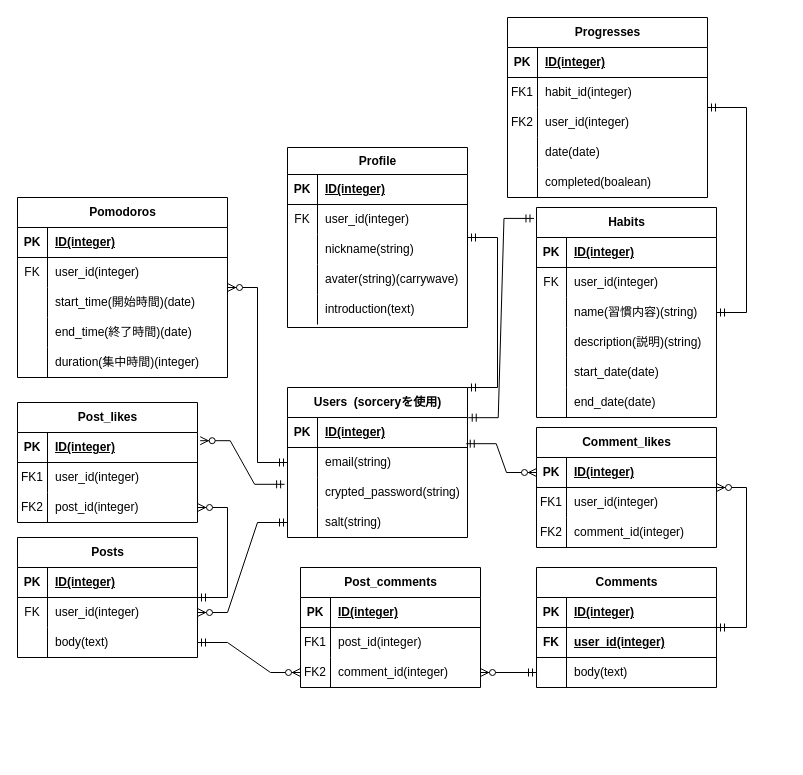
Earlier version of the draw.io diagram syukan_maiter.drawio (2bs2bs/syukan_meter). Source tidied: cells renumbered, new cells numbered last; positions are measured from the earlier drawing's top-left corner, leaving out a move shared by most shapes. Both pictures are drawn from the tidied source at 100%, with x=0, y=0 at pixel (7, 17).
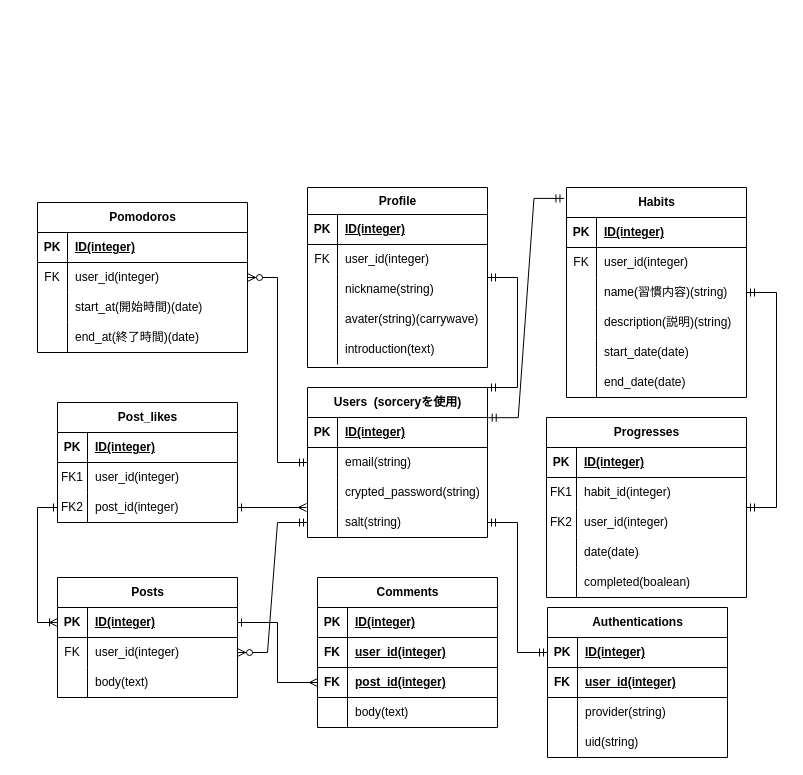
Above is the later version.

Commit message:
syukan_maiter.drawio を更新します

The change refers to these unchanged cells:
```xml
<mxCell id="3" style="shape=tableRow;horizontal=0;startSize=0;swimlaneHead=0;swimlaneBody=0;fillColor=none;points=[[0,0.5],[1,0.5]];portConstraint=eastwest;top=0;left=0;right=0;bottom=1;" parent="2" vertex="1">
  <mxGeometry y="30" width="180" height="30" as="geometry" />
</mxCell>
<mxCell id="9" style="shape=tableRow;horizontal=0;startSize=0;swimlaneHead=0;swimlaneBody=0;fillColor=none;points=[[0,0.5],[1,0.5]];portConstraint=eastwest;top=0;left=0;right=0;bottom=0;" parent="2" vertex="1">
  <mxGeometry y="90" width="180" height="30" as="geometry" />
</mxCell>
<mxCell id="12" style="shape=tableRow;horizontal=0;startSize=0;swimlaneHead=0;swimlaneBody=0;fillColor=none;points=[[0,0.5],[1,0.5]];portConstraint=eastwest;top=0;left=0;right=0;bottom=0;" parent="2" vertex="1">
  <mxGeometry y="120" width="180" height="30" as="geometry" />
</mxCell>
<mxCell id="45" style="shape=tableRow;horizontal=0;startSize=0;swimlaneHead=0;swimlaneBody=0;fillColor=none;points=[[0,0.5],[1,0.5]];portConstraint=eastwest;top=0;left=0;right=0;bottom=1;" parent="44" vertex="1">
  <mxGeometry y="30" width="180" height="30" as="geometry" />
</mxCell>
<mxCell id="48" style="shape=tableRow;horizontal=0;startSize=0;swimlaneHead=0;swimlaneBody=0;fillColor=none;points=[[0,0.5],[1,0.5]];portConstraint=eastwest;top=0;left=0;right=0;bottom=0;" parent="44" vertex="1">
  <mxGeometry y="60" width="180" height="30" as="geometry" />
</mxCell>
<mxCell id="51" style="shape=tableRow;horizontal=0;startSize=0;swimlaneHead=0;swimlaneBody=0;fillColor=none;points=[[0,0.5],[1,0.5]];portConstraint=eastwest;top=0;left=0;right=0;bottom=0;" parent="44" vertex="1">
  <mxGeometry y="90" width="180" height="30" as="geometry" />
</mxCell>
<mxCell id="65" style="shape=tableRow;horizontal=0;startSize=0;swimlaneHead=0;swimlaneBody=0;fillColor=none;points=[[0,0.5],[1,0.5]];portConstraint=eastwest;top=0;left=0;right=0;bottom=1;" parent="64" vertex="1">
  <mxGeometry y="30" width="180" height="30" as="geometry" />
</mxCell>
<mxCell id="71" style="shape=tableRow;horizontal=0;startSize=0;swimlaneHead=0;swimlaneBody=0;fillColor=none;points=[[0,0.5],[1,0.5]];portConstraint=eastwest;top=0;left=0;right=0;bottom=0;" parent="64" vertex="1">
  <mxGeometry y="90" width="180" height="30" as="geometry" />
</mxCell>
<mxCell id="81" style="shape=tableRow;horizontal=0;startSize=0;swimlaneHead=0;swimlaneBody=0;fillColor=none;top=0;left=0;right=0;bottom=0;" parent="74" vertex="1">
  <mxGeometry y="90" width="210" height="30" as="geometry" />
</mxCell>
<mxCell id="84" style="shape=tableRow;horizontal=0;startSize=0;swimlaneHead=0;swimlaneBody=0;fillColor=none;top=0;left=0;right=0;bottom=0;" parent="74" vertex="1">
  <mxGeometry y="120" width="210" height="30" as="geometry" />
</mxCell>
```

Diff of the diagram source:
```diff
@@
     <mxCell id="2" value="Users&amp;nbsp; (sorceryを使用)" style="shape=table;startSize=30;childLayout=tableLayout;rowLines=0;fontStyle=1;align=center;html=1;" parent="1" vertex="1">
-      <mxGeometry x="280" y="370" width="180" height="150" as="geometry" />
+      <mxGeometry x="300" y="370" width="180" height="150" as="geometry" />
     </mxCell>
@@
     <mxCell id="15" value="Habits" style="shape=table;startSize=30;childLayout=tableLayout;rowLines=0;fontStyle=1;align=center;html=1;" parent="1" vertex="1">
-      <mxGeometry x="529" y="190" width="180" height="210" as="geometry" />
+      <mxGeometry x="559" y="170" width="180" height="210" as="geometry" />
     </mxCell>
@@
     <mxCell id="34" value="Comments" style="shape=table;startSize=30;childLayout=tableLayout;rowLines=0;fontStyle=1;align=center;html=1;" parent="1" vertex="1">
-      <mxGeometry x="529" y="550" width="180" height="120" as="geometry" />
+      <mxGeometry x="310" y="560" width="180" height="150" as="geometry" />
     </mxCell>
@@
+    <mxCell id="143" style="shape=tableRow;horizontal=0;startSize=0;swimlaneHead=0;swimlaneBody=0;fillColor=none;points=[[0,0.5],[1,0.5]];portConstraint=eastwest;top=0;left=0;right=0;bottom=1;" parent="34" vertex="1">
+      <mxGeometry y="90" width="180" height="30" as="geometry" />
+    </mxCell>
+    <mxCell id="144" value="FK" style="shape=partialRectangle;fillColor=none;top=0;left=0;bottom=0;right=0;fontStyle=1;overflow=hidden;whiteSpace=wrap;html=1;" parent="143" vertex="1">
+      <mxGeometry width="30" height="30" as="geometry" />
+    </mxCell>
+    <mxCell id="60" value="post_id(integer)" style="shape=partialRectangle;fillColor=none;top=0;left=0;bottom=0;right=0;align=left;spacingLeft=6;fontStyle=5;overflow=hidden;whiteSpace=wrap;html=1;" parent="143" vertex="1">
+      <mxGeometry x="30" width="150" height="30" as="geometry" />
+    </mxCell>
     <mxCell id="41" style="shape=tableRow;horizontal=0;startSize=0;swimlaneHead=0;swimlaneBody=0;fillColor=none;points=[[0,0.5],[1,0.5]];portConstraint=eastwest;top=0;left=0;right=0;bottom=0;" parent="34" vertex="1">
-      <mxGeometry y="90" width="180" height="30" as="geometry" />
+      <mxGeometry y="120" width="180" height="30" as="geometry" />
     </mxCell>
@@
     <mxCell id="44" value="Posts" style="shape=table;startSize=30;childLayout=tableLayout;rowLines=0;fontStyle=1;align=center;html=1;" parent="1" vertex="1">
-      <mxGeometry x="10" y="520" width="180" height="120" as="geometry" />
+      <mxGeometry x="50" y="560" width="180" height="120" as="geometry" />
     </mxCell>
@@
-    <mxCell id="54" value="Post_comments" style="shape=table;startSize=30;childLayout=tableLayout;rowLines=0;fontStyle=1;align=center;html=1;" parent="1" vertex="1">
-      <mxGeometry x="293" y="550" width="180" height="120" as="geometry" />
-    </mxCell>
-    <mxCell id="55" style="shape=tableRow;horizontal=0;startSize=0;swimlaneHead=0;swimlaneBody=0;fillColor=none;top=0;left=0;right=0;bottom=1;" parent="54" vertex="1">
-      <mxGeometry y="30" width="180" height="30" as="geometry" />
-    </mxCell>
-    <mxCell id="56" value="PK" style="shape=partialRectangle;fillColor=none;top=0;left=0;bottom=0;right=0;fontStyle=1;overflow=hidden;whiteSpace=wrap;html=1;" parent="55" vertex="1">
-      <mxGeometry width="30" height="30" as="geometry" />
-    </mxCell>
-    <mxCell id="57" value="ID(integer)" style="shape=partialRectangle;fillColor=none;top=0;left=0;bottom=0;right=0;align=left;spacingLeft=6;fontStyle=5;overflow=hidden;whiteSpace=wrap;html=1;" parent="55" vertex="1">
-      <mxGeometry x="30" width="150" height="30" as="geometry" />
-    </mxCell>
-    <mxCell id="58" style="shape=tableRow;horizontal=0;startSize=0;swimlaneHead=0;swimlaneBody=0;fillColor=none;top=0;left=0;right=0;bottom=0;" parent="54" vertex="1">
-      <mxGeometry y="60" width="180" height="30" as="geometry" />
-    </mxCell>
-    <mxCell id="59" value="FK1" style="shape=partialRectangle;fillColor=none;top=0;left=0;bottom=0;right=0;overflow=hidden;whiteSpace=wrap;html=1;" parent="58" vertex="1">
-      <mxGeometry width="30" height="30" as="geometry" />
-    </mxCell>
-    <mxCell id="60" value="post_id(integer)" style="shape=partialRectangle;fillColor=none;top=0;left=0;bottom=0;right=0;align=left;spacingLeft=6;overflow=hidden;whiteSpace=wrap;html=1;" parent="58" vertex="1">
-      <mxGeometry x="30" width="150" height="30" as="geometry" />
-    </mxCell>
-    <mxCell id="61" style="shape=tableRow;horizontal=0;startSize=0;swimlaneHead=0;swimlaneBody=0;fillColor=none;points=[[0,0.5],[1,0.5]];portConstraint=eastwest;top=0;left=0;right=0;bottom=0;" parent="54" vertex="1">
-      <mxGeometry y="90" width="180" height="30" as="geometry" />
-    </mxCell>
-    <mxCell id="62" value="FK2" style="shape=partialRectangle;fillColor=none;top=0;left=0;bottom=0;right=0;overflow=hidden;whiteSpace=wrap;html=1;" parent="61" vertex="1">
-      <mxGeometry width="30" height="30" as="geometry" />
-    </mxCell>
-    <mxCell id="63" value="comment_id(integer)" style="shape=partialRectangle;fillColor=none;top=0;left=0;bottom=0;right=0;align=left;spacingLeft=6;overflow=hidden;whiteSpace=wrap;html=1;" parent="61" vertex="1">
-      <mxGeometry x="30" width="150" height="30" as="geometry" />
-    </mxCell>
     <mxCell id="64" value="Post_likes" style="shape=table;startSize=30;childLayout=tableLayout;rowLines=0;fontStyle=1;align=center;html=1;" parent="1" vertex="1">
-      <mxGeometry x="10" y="385" width="180" height="120" as="geometry" />
+      <mxGeometry x="50" y="385" width="180" height="120" as="geometry" />
     </mxCell>
@@
     <mxCell id="74" value="Pomodoros" style="shape=table;startSize=30;childLayout=tableLayout;rowLines=0;fontStyle=1;align=center;html=1;" parent="1" vertex="1">
-      <mxGeometry x="10" y="180" width="210" height="180" as="geometry" />
+      <mxGeometry x="30" y="185" width="210" height="150" as="geometry" />
     </mxCell>
@@
-    <mxCell id="83" value="start_time(開始時間)(date)" style="shape=partialRectangle;fillColor=none;top=0;left=0;bottom=0;right=0;align=left;spacingLeft=6;overflow=hidden;whiteSpace=wrap;html=1;" parent="81" vertex="1">
+    <mxCell id="83" value="start_at(開始時間)(date)" style="shape=partialRectangle;fillColor=none;top=0;left=0;bottom=0;right=0;align=left;spacingLeft=6;overflow=hidden;whiteSpace=wrap;html=1;" parent="81" vertex="1">
       <mxGeometry x="30" width="180" height="30" as="geometry" />
     </mxCell>
@@
-    <mxCell id="86" value="end_time(終了時間)(date)" style="shape=partialRectangle;fillColor=none;top=0;left=0;bottom=0;right=0;align=left;spacingLeft=6;overflow=hidden;whiteSpace=wrap;html=1;" parent="84" vertex="1">
+    <mxCell id="86" value="end_at(終了時間)(date)" style="shape=partialRectangle;fillColor=none;top=0;left=0;bottom=0;right=0;align=left;spacingLeft=6;overflow=hidden;whiteSpace=wrap;html=1;" parent="84" vertex="1">
       <mxGeometry x="30" width="180" height="30" as="geometry" />
     </mxCell>
-    <mxCell id="87" style="shape=tableRow;horizontal=0;startSize=0;swimlaneHead=0;swimlaneBody=0;fillColor=none;top=0;left=0;right=0;bottom=0;" parent="74" vertex="1">
-      <mxGeometry y="150" width="210" height="30" as="geometry" />
-    </mxCell>
-    <mxCell id="88" style="shape=partialRectangle;fillColor=none;top=0;left=0;bottom=0;right=0;overflow=hidden;whiteSpace=wrap;html=1;" parent="87" vertex="1">
-      <mxGeometry width="30" height="30" as="geometry" />
-    </mxCell>
-    <mxCell id="89" value="duration(集中時間)(integer)" style="shape=partialRectangle;fillColor=none;top=0;left=0;bottom=0;right=0;align=left;spacingLeft=6;overflow=hidden;whiteSpace=wrap;html=1;" parent="87" vertex="1">
-      <mxGeometry x="30" width="180" height="30" as="geometry" />
-    </mxCell>
-    <mxCell id="90" value="Comment_likes" style="shape=table;startSize=30;childLayout=tableLayout;rowLines=0;fontStyle=1;align=center;html=1;" parent="1" vertex="1">
-      <mxGeometry x="529" y="410" width="180" height="120" as="geometry" />
-    </mxCell>
-    <mxCell id="91" style="shape=tableRow;horizontal=0;startSize=0;swimlaneHead=0;swimlaneBody=0;fillColor=none;points=[[0,0.5],[1,0.5]];portConstraint=eastwest;top=0;left=0;right=0;bottom=1;" parent="90" vertex="1">
-      <mxGeometry y="30" width="180" height="30" as="geometry" />
-    </mxCell>
-    <mxCell id="92" value="PK" style="shape=partialRectangle;fillColor=none;top=0;left=0;bottom=0;right=0;fontStyle=1;overflow=hidden;whiteSpace=wrap;html=1;" parent="91" vertex="1">
-      <mxGeometry width="30" height="30" as="geometry" />
-    </mxCell>
-    <mxCell id="93" value="ID(integer)" style="shape=partialRectangle;fillColor=none;top=0;left=0;bottom=0;right=0;align=left;spacingLeft=6;fontStyle=5;overflow=hidden;whiteSpace=wrap;html=1;" parent="91" vertex="1">
-      <mxGeometry x="30" width="150" height="30" as="geometry" />
-    </mxCell>
-    <mxCell id="94" style="shape=tableRow;horizontal=0;startSize=0;swimlaneHead=0;swimlaneBody=0;fillColor=none;top=0;left=0;right=0;bottom=0;" parent="90" vertex="1">
-      <mxGeometry y="60" width="180" height="30" as="geometry" />
-    </mxCell>
-    <mxCell id="95" value="FK1" style="shape=partialRectangle;fillColor=none;top=0;left=0;bottom=0;right=0;overflow=hidden;whiteSpace=wrap;html=1;" parent="94" vertex="1">
-      <mxGeometry width="30" height="30" as="geometry" />
-    </mxCell>
-    <mxCell id="96" value="user_id(integer)" style="shape=partialRectangle;fillColor=none;top=0;left=0;bottom=0;right=0;align=left;spacingLeft=6;overflow=hidden;whiteSpace=wrap;html=1;" parent="94" vertex="1">
-      <mxGeometry x="30" width="150" height="30" as="geometry" />
-    </mxCell>
-    <mxCell id="97" style="shape=tableRow;horizontal=0;startSize=0;swimlaneHead=0;swimlaneBody=0;fillColor=none;top=0;left=0;right=0;bottom=0;" parent="90" vertex="1">
-      <mxGeometry y="90" width="180" height="30" as="geometry" />
-    </mxCell>
-    <mxCell id="98" value="FK2" style="shape=partialRectangle;fillColor=none;top=0;left=0;bottom=0;right=0;overflow=hidden;whiteSpace=wrap;html=1;" parent="97" vertex="1">
-      <mxGeometry width="30" height="30" as="geometry" />
-    </mxCell>
-    <mxCell id="99" value="comment_id(integer)" style="shape=partialRectangle;fillColor=none;top=0;left=0;bottom=0;right=0;align=left;spacingLeft=6;overflow=hidden;whiteSpace=wrap;html=1;" parent="97" vertex="1">
-      <mxGeometry x="30" width="150" height="30" as="geometry" />
-    </mxCell>
-    <mxCell id="100" style="edgeStyle=entityRelationEdgeStyle;fontSize=12;html=1;endArrow=ERzeroToMany;startArrow=ERmandOne;rounded=0;entryX=1.015;entryY=0.273;entryDx=0;entryDy=0;exitX=-0.016;exitY=0.227;exitDx=0;exitDy=0;exitPerimeter=0;entryPerimeter=0;" parent="1" edge="1" source="9" target="65">
-      <mxGeometry relative="1" as="geometry" />
-    </mxCell>
-    <mxCell id="101" style="edgeStyle=entityRelationEdgeStyle;fontSize=12;html=1;endArrow=ERzeroToMany;startArrow=ERmandOne;rounded=0;" parent="1" edge="1" source="44" target="71">
-      <mxGeometry relative="1" as="geometry">
-        <Array as="points">
-          <mxPoint x="43" y="490" />
-          <mxPoint x="250" y="420" />
-          <mxPoint x="230" y="470" />
-          <mxPoint y="400" />
-          <mxPoint x="240" y="470" />
-          <mxPoint x="20" y="350" />
-          <mxPoint y="490" />
-        </Array>
-      </mxGeometry>
-    </mxCell>
-    <mxCell id="102" style="edgeStyle=entityRelationEdgeStyle;fontSize=12;html=1;endArrow=ERzeroToMany;startArrow=ERmandOne;rounded=0;exitX=1;exitY=0.5;exitDx=0;exitDy=0;entryX=0;entryY=0.5;entryDx=0;entryDy=0;" parent="1" edge="1" source="51" target="61">
-      <mxGeometry relative="1" as="geometry" />
-    </mxCell>
-    <mxCell id="103" style="edgeStyle=entityRelationEdgeStyle;fontSize=12;html=1;endArrow=ERzeroToMany;startArrow=ERmandOne;rounded=0;exitX=0;exitY=0.5;exitDx=0;exitDy=0;entryX=1;entryY=0.5;entryDx=0;entryDy=0;" parent="1" edge="1" source="41" target="61">
-      <mxGeometry relative="1" as="geometry" />
-    </mxCell>
     <mxCell id="104" style="edgeStyle=entityRelationEdgeStyle;fontSize=12;html=1;endArrow=ERzeroToMany;startArrow=ERmandOne;rounded=0;exitX=0;exitY=0.5;exitDx=0;exitDy=0;entryX=1;entryY=0.5;entryDx=0;entryDy=0;" parent="1" edge="1" source="12" target="48">
-      <mxGeometry relative="1" as="geometry" />
+      <mxGeometry relative="1" as="geometry">
+        <Array as="points">
+          <mxPoint x="260" y="570" />
+          <mxPoint x="250" y="570" />
+        </Array>
+      </mxGeometry>
     </mxCell>
-    <mxCell id="105" style="edgeStyle=entityRelationEdgeStyle;fontSize=12;html=1;endArrow=ERzeroToMany;startArrow=ERmandOne;rounded=0;" parent="1" edge="1" source="34" target="90">
-      <mxGeometry relative="1" as="geometry">
-        <Array as="points">
-          <mxPoint x="620" y="450" />
-          <mxPoint x="600" y="450" />
-          <mxPoint x="620" y="450" />
-        </Array>
-      </mxGeometry>
-    </mxCell>
-    <mxCell id="106" style="edgeStyle=entityRelationEdgeStyle;fontSize=12;html=1;endArrow=ERzeroToMany;startArrow=ERmandOne;rounded=0;exitX=0.993;exitY=0.873;exitDx=0;exitDy=0;entryX=0;entryY=0.5;entryDx=0;entryDy=0;exitPerimeter=0;" parent="1" edge="1" source="3" target="91">
-      <mxGeometry relative="1" as="geometry" />
-    </mxCell>
@@
     <mxCell id="109" value="Profile" style="shape=table;startSize=27;childLayout=tableLayout;rowLines=0;fontStyle=1;align=center;html=1;" parent="1" vertex="1">
-      <mxGeometry x="280" y="130" width="180" height="180" as="geometry" />
+      <mxGeometry x="300" y="170" width="180" height="180" as="geometry" />
     </mxCell>
@@
     <mxCell id="125" style="edgeStyle=entityRelationEdgeStyle;fontSize=12;html=1;endArrow=ERmandOne;startArrow=ERmandOne;rounded=0;entryX=1;entryY=0;entryDx=0;entryDy=0;" parent="1" edge="1" source="109" target="2">
       <mxGeometry relative="1" as="geometry">
         <Array as="points">
           <mxPoint x="470" y="186" />
           <mxPoint x="440" y="180" />
           <mxPoint x="394" y="250" />
+          <mxPoint x="480" y="340" />
           <mxPoint x="382" y="250" />
           <mxPoint x="430" y="250" />
         </Array>
       </mxGeometry>
     </mxCell>
     <mxCell id="126" value="Progresses" style="shape=table;startSize=30;childLayout=tableLayout;rowLines=0;fontStyle=1;align=center;html=1;" parent="1" vertex="1">
-      <mxGeometry x="500" width="200" height="180" as="geometry" />
+      <mxGeometry x="539" y="400" width="200" height="180" as="geometry" />
     </mxCell>
@@
+    <mxCell id="145" style="rounded=0;jettySize=auto;html=1;exitX=0;exitY=0.5;exitDx=0;exitDy=0;entryX=0;entryY=0.5;entryDx=0;entryDy=0;edgeStyle=orthogonalEdgeStyle;startArrow=ERone;startFill=0;endArrow=ERoneToMany;endFill=0;" parent="1" edge="1" source="71" target="45">
+      <mxGeometry relative="1" as="geometry" />
+    </mxCell>
+    <mxCell id="146" style="edgeStyle=orthogonalEdgeStyle;rounded=0;jettySize=auto;html=1;exitX=1;exitY=0.5;exitDx=0;exitDy=0;startArrow=ERone;startFill=0;endArrow=ERmany;endFill=0;" parent="1" edge="1" source="71">
+      <mxGeometry relative="1" as="geometry">
+        <mxPoint x="299" y="490" as="targetPoint" />
+        <Array as="points">
+          <mxPoint x="299" y="490" />
+        </Array>
+      </mxGeometry>
+    </mxCell>
+    <mxCell id="147" style="edgeStyle=orthogonalEdgeStyle;rounded=0;jettySize=auto;html=1;exitX=1;exitY=0.5;exitDx=0;exitDy=0;entryX=0;entryY=0.5;entryDx=0;entryDy=0;startArrow=ERone;startFill=0;endArrow=ERmany;endFill=0;" parent="1" edge="1" source="45" target="143">
+      <mxGeometry relative="1" as="geometry" />
+    </mxCell>
+    <mxCell id="148" value="Authentications" style="shape=table;startSize=30;childLayout=tableLayout;rowLines=0;fontStyle=1;align=center;html=1;" parent="1" vertex="1">
+      <mxGeometry x="540" y="590" width="180" height="150" as="geometry" />
+    </mxCell>
+    <mxCell id="149" style="shape=tableRow;horizontal=0;startSize=0;swimlaneHead=0;swimlaneBody=0;fillColor=none;points=[[0,0.5],[1,0.5]];portConstraint=eastwest;top=0;left=0;right=0;bottom=1;" parent="148" vertex="1">
+      <mxGeometry y="30" width="180" height="30" as="geometry" />
+    </mxCell>
+    <mxCell id="150" value="PK" style="shape=partialRectangle;fillColor=none;top=0;left=0;bottom=0;right=0;fontStyle=1;overflow=hidden;whiteSpace=wrap;html=1;" parent="149" vertex="1">
+      <mxGeometry width="30" height="30" as="geometry" />
+    </mxCell>
+    <mxCell id="151" value="ID(integer)" style="shape=partialRectangle;fillColor=none;top=0;left=0;bottom=0;right=0;align=left;spacingLeft=6;fontStyle=5;overflow=hidden;whiteSpace=wrap;html=1;" parent="149" vertex="1">
+      <mxGeometry x="30" width="150" height="30" as="geometry" />
+    </mxCell>
+    <mxCell id="152" style="shape=tableRow;horizontal=0;startSize=0;swimlaneHead=0;swimlaneBody=0;fillColor=none;top=0;left=0;right=0;bottom=1;" parent="148" vertex="1">
+      <mxGeometry y="60" width="180" height="30" as="geometry" />
+    </mxCell>
+    <mxCell id="153" value="FK" style="shape=partialRectangle;fillColor=none;top=0;left=0;bottom=0;right=0;fontStyle=1;overflow=hidden;whiteSpace=wrap;html=1;" parent="152" vertex="1">
+      <mxGeometry width="30" height="30" as="geometry" />
+    </mxCell>
+    <mxCell id="96" value="user_id(integer)" style="shape=partialRectangle;fillColor=none;top=0;left=0;bottom=0;right=0;align=left;spacingLeft=6;fontStyle=5;overflow=hidden;whiteSpace=wrap;html=1;" parent="152" vertex="1">
+      <mxGeometry x="30" width="150" height="30" as="geometry" />
+    </mxCell>
+    <mxCell id="154" style="shape=tableRow;horizontal=0;startSize=0;swimlaneHead=0;swimlaneBody=0;fillColor=none;top=0;left=0;right=0;bottom=0;" parent="148" vertex="1">
+      <mxGeometry y="90" width="180" height="30" as="geometry" />
+    </mxCell>
+    <mxCell id="155" style="shape=partialRectangle;fillColor=none;top=0;left=0;bottom=0;right=0;overflow=hidden;whiteSpace=wrap;html=1;" parent="154" vertex="1">
+      <mxGeometry width="30" height="30" as="geometry" />
+    </mxCell>
+    <mxCell id="156" value="provider(string)" style="shape=partialRectangle;fillColor=none;top=0;left=0;bottom=0;right=0;align=left;spacingLeft=6;overflow=hidden;whiteSpace=wrap;html=1;" parent="154" vertex="1">
+      <mxGeometry x="30" width="150" height="30" as="geometry" />
+    </mxCell>
+    <mxCell id="157" style="shape=tableRow;horizontal=0;startSize=0;swimlaneHead=0;swimlaneBody=0;fillColor=none;top=0;left=0;right=0;bottom=0;" parent="148" vertex="1">
+      <mxGeometry y="120" width="180" height="30" as="geometry" />
+    </mxCell>
+    <mxCell id="158" style="shape=partialRectangle;fillColor=none;top=0;left=0;bottom=0;right=0;overflow=hidden;whiteSpace=wrap;html=1;" parent="157" vertex="1">
+      <mxGeometry width="30" height="30" as="geometry" />
+    </mxCell>
+    <mxCell id="159" value="uid(string)" style="shape=partialRectangle;fillColor=none;top=0;left=0;bottom=0;right=0;align=left;spacingLeft=6;overflow=hidden;whiteSpace=wrap;html=1;" parent="157" vertex="1">
+      <mxGeometry x="30" width="150" height="30" as="geometry" />
+    </mxCell>
+    <mxCell id="160" style="edgeStyle=entityRelationEdgeStyle;fontSize=12;html=1;endArrow=ERmandOne;startArrow=ERmandOne;rounded=0;entryX=1;entryY=0.5;entryDx=0;entryDy=0;exitX=0;exitY=0.5;exitDx=0;exitDy=0;" parent="1" edge="1" source="149" target="12">
+      <mxGeometry relative="1" as="geometry" />
+    </mxCell>
```
